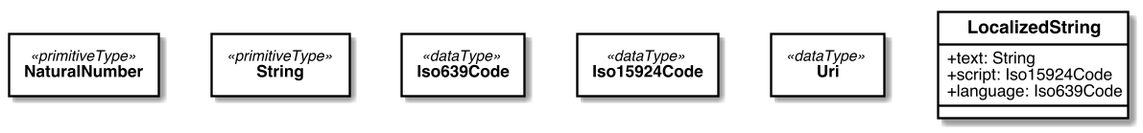
The PlantUML diagram sources/images/data-types.png in CalConnect/cc-name-models, before a commit. The source it was exported from:
```plantuml
@startuml


skinparam Dpi 150
skinparam Monochrome false
skinparam LineType ortho
hide circle
skinparam Default {
  TextAlignment center
  FontName Helvetica
}
skinparam Class {
  AttributeIconSize 0
  BackgroundColor White
  ArrowColor Black
  BorderColor Black
  FontStyle bold
  StereotypeFontSize 10
}
skinparam Rectangle {
  BackgroundColor White
  ArrowColor Black
  BorderColor Black
  FontStyle bold
  FontSize 11
  StereotypeFontSize 10
}
skinparam Object {
  BackgroundColor White
  ArrowColor Black
  BorderColor Black
  FontStyle bold
  FontSize 11
  StereotypeFontSize 10
}

skinparam Entity {
  StereotypeFontSize 10
}





rectangle NaturalNumber <<primitiveType>> {
}
rectangle String <<primitiveType>> {
}
rectangle Iso639Code <<dataType>> {
}
rectangle Iso15924Code <<dataType>> {
}
rectangle Uri <<dataType>> {
}

class LocalizedString {
  +text: String
  +script: Iso15924Code
  +language: Iso639Code
}

@enduml
```
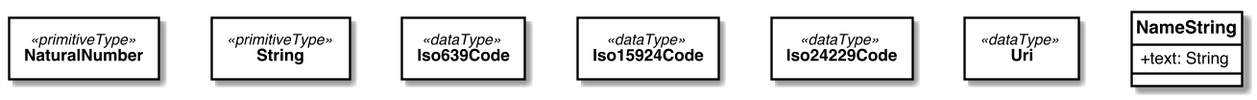
Later version of the same file.

Diff of the diagram source:
```diff
@@ -50,13 +50,13 @@
 }
 rectangle Iso15924Code <<dataType>> {
 }
+rectangle Iso24229Code <<dataType>> {
+}
 rectangle Uri <<dataType>> {
 }
 
-class LocalizedString {
+class NameString {
   +text: String
-  +script: Iso15924Code
-  +language: Iso639Code
 }
 
 @enduml
```
